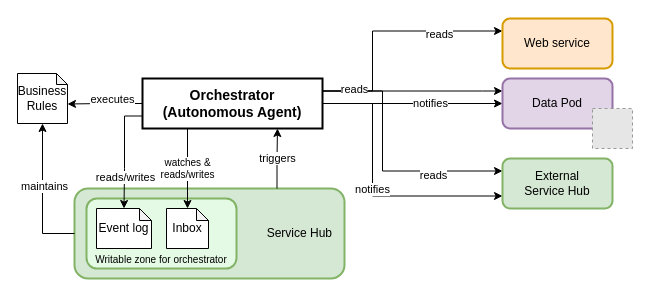
Earlier version of the draw.io diagram diagrams/high-level-servicehub.drawio (MellonScholarlyCommunication/spec-orchestrator). Source tidied: cells renumbered, new cells numbered last; positions are measured from the earlier drawing's top-left corner, leaving out a move shared by most shapes. Both pictures are drawn from the tidied source at 100%, with x=0, y=0 at pixel (17, 18). Pictures stored in the file or linked from it are replaced by grey dashed boxes.
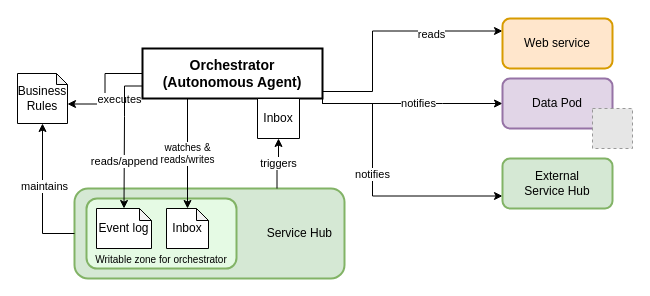
Above is the later version.

The change refers to these unchanged cells:
```xml
<mxCell id="12" value="Service Hub" style="rounded=1;whiteSpace=wrap;html=1;strokeWidth=2;strokeColor=#82b366;fillColor=#d5e8d4;align=right;verticalAlign=middle;spacingRight=10;" parent="11" vertex="1">
  <mxGeometry x="-150" y="20" width="270" height="90" as="geometry" />
</mxCell>
<mxCell id="16" value="External&lt;br&gt;Service Hub" style="rounded=1;whiteSpace=wrap;html=1;strokeWidth=2;strokeColor=#82b366;fillColor=#d5e8d4;" parent="1" vertex="1">
  <mxGeometry x="485" y="140" width="110" height="50" as="geometry" />
</mxCell>
<mxCell id="24" value="Data Pod" style="rounded=1;whiteSpace=wrap;html=1;strokeWidth=2;strokeColor=#9673a6;fillColor=#e1d5e7;" parent="23" vertex="1">
  <mxGeometry width="110" height="50" as="geometry" />
</mxCell>
<mxCell id="26" style="edgeStyle=orthogonalEdgeStyle;rounded=0;jettySize=auto;html=1;exitX=0;exitY=0.75;exitDx=0;exitDy=0;entryX=0.5;entryY=0;entryDx=0;entryDy=0;entryPerimeter=0;" parent="1" edge="1" source="10" target="14">
  <mxGeometry relative="1" as="geometry">
    <Array as="points">
      <mxPoint x="107" y="98" />
      <mxPoint x="107" y="150" />
    </Array>
  </mxGeometry>
</mxCell>
```

Change to the diagram source:
```diff
@@
-    <mxCell id="8" style="edgeStyle=orthogonalEdgeStyle;rounded=0;jettySize=auto;html=1;exitX=1;exitY=0.25;exitDx=0;exitDy=0;entryX=0;entryY=0.25;entryDx=0;entryDy=0;jumpStyle=arc;" parent="1" edge="1" source="10" target="16">
-      <mxGeometry relative="1" as="geometry">
-        <Array as="points">
-          <mxPoint x="365" y="73" />
-          <mxPoint x="365" y="153" />
-        </Array>
-      </mxGeometry>
-    </mxCell>
-    <mxCell id="9" value="reads" style="edgeLabel;html=1;align=center;verticalAlign=middle;" parent="8" vertex="1">
-      <mxGeometry x="-0.31" y="1" relative="1" as="geometry">
-        <mxPoint x="49" y="53.5" as="offset" />
-      </mxGeometry>
-    </mxCell>
     <mxCell id="10" value="Orchestrator&lt;br&gt;(Autonomous Agent)" style="rounded=0;whiteSpace=wrap;html=1;strokeWidth=2;fontSize=14;fontStyle=1;" parent="1" vertex="1">
-      <mxGeometry x="125" y="60" width="180" height="50" as="geometry" />
+      <mxGeometry x="125" y="30" width="180" height="50" as="geometry" />
     </mxCell>
@@
-    <mxCell id="19" style="edgeStyle=orthogonalEdgeStyle;rounded=0;jettySize=auto;html=1;exitX=1;exitY=0.25;exitDx=0;exitDy=0;entryX=0;entryY=0.25;entryDx=0;entryDy=0;" parent="1" edge="1" source="10" target="24">
-      <mxGeometry relative="1" as="geometry">
-        <Array as="points">
-          <mxPoint x="465" y="73" />
-          <mxPoint x="465" y="73" />
-        </Array>
-      </mxGeometry>
-    </mxCell>
-    <mxCell id="20" value="reads" style="edgeLabel;html=1;align=center;verticalAlign=middle;" parent="19" vertex="1">
-      <mxGeometry x="-0.66" y="2" relative="1" as="geometry" />
-    </mxCell>
@@
-    <mxCell id="27" value="reads/writes" style="edgeLabel;html=1;align=center;verticalAlign=middle;" parent="26" vertex="1">
+    <mxCell id="27" value="reads/append" style="edgeLabel;html=1;align=center;verticalAlign=middle;" parent="26" vertex="1">
       <mxGeometry x="-0.03" y="2" relative="1" as="geometry">
         <mxPoint x="-2" y="25" as="offset" />
       </mxGeometry>
     </mxCell>
@@
-    <mxCell id="29" value="triggers" style="edgeStyle=orthogonalEdgeStyle;rounded=0;jettySize=auto;html=1;exitX=0.75;exitY=0;exitDx=0;exitDy=0;entryX=0.75;entryY=1;entryDx=0;entryDy=0;" parent="1" edge="1" source="12" target="10">
+    <mxCell id="29" value="triggers" style="edgeStyle=orthogonalEdgeStyle;rounded=0;jettySize=auto;html=1;exitX=0.75;exitY=0;exitDx=0;exitDy=0;entryX=0.5;entryY=1;entryDx=0;entryDy=0;entryPerimeter=0;" parent="1" edge="1" source="12" target="30">
       <mxGeometry relative="1" as="geometry" />
     </mxCell>
+    <mxCell id="30" value="&lt;div&gt;Inbox&lt;/div&gt;" style="shape=note;whiteSpace=wrap;html=1;backgroundOutline=1;darkOpacity=0.05;strokeWidth=1;size=0;" parent="1" vertex="1">
+      <mxGeometry x="240" y="80" width="42" height="40" as="geometry" />
+    </mxCell>
```
